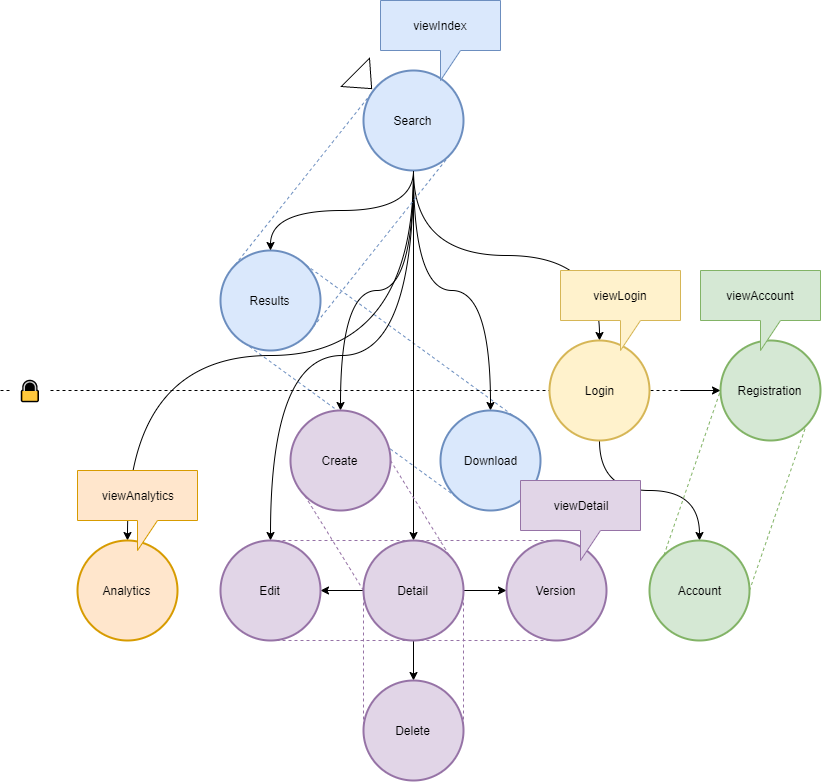
The draw.io diagram src/ui_flow.png in Skadisson/phoenix, before a commit. Source tidied: cells renumbered, new cells last; positions are measured from the earlier drawing's top-left corner, leaving out a move shared by most shapes.
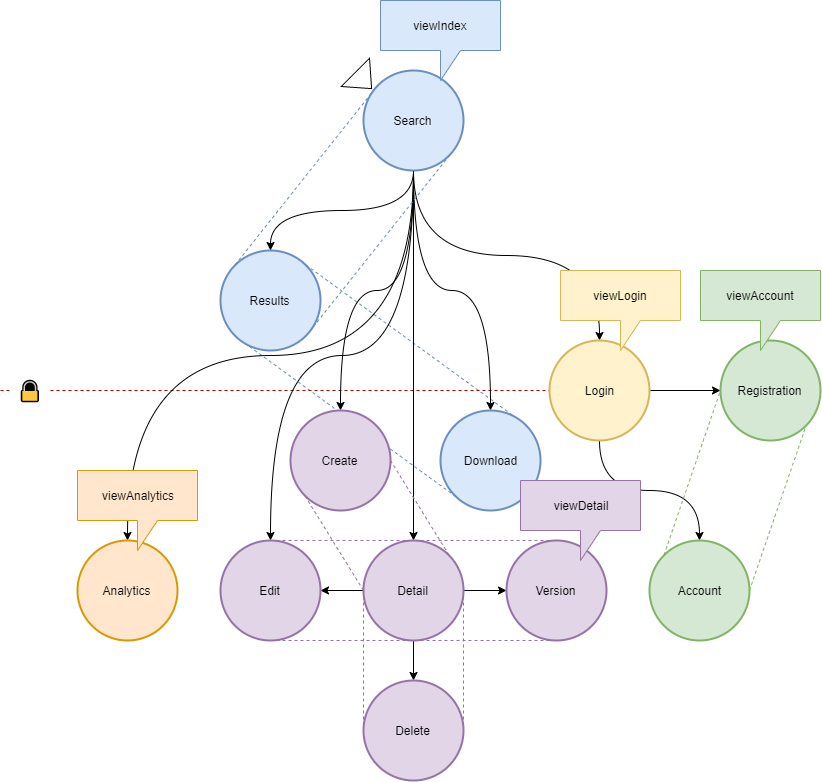
After the change.

What changed in the source:
```diff
@@ -8,7 +8,7 @@
     <mxCell id="3" style="endArrow=none;dashed=1;html=1;entryX=0.855;entryY=0.145;entryDx=0;entryDy=0;entryPerimeter=0;exitX=0.855;exitY=0.145;exitDx=0;exitDy=0;exitPerimeter=0;fillColor=#dae8fc;strokeColor=#6c8ebf;" parent="1" edge="1" source="27" target="16">
       <mxGeometry relative="1" as="geometry" />
     </mxCell>
-    <mxCell id="4" style="endArrow=none;dashed=1;html=1;" parent="1" edge="1" source="25" target="24">
+    <mxCell id="4" style="endArrow=none;dashed=1;html=1;fillColor=#e51400;strokeColor=#B20000;" parent="1" edge="1" source="25" target="24">
       <mxGeometry relative="1" as="geometry" />
     </mxCell>
     <mxCell id="5" style="endArrow=none;dashed=1;html=1;" parent="1" edge="1" source="24">
@@ -19,10 +19,8 @@
     <mxCell id="6" style="edgeStyle=orthogonalEdgeStyle;rounded=0;jettySize=auto;html=1;entryX=0.5;entryY=0;entryDx=0;entryDy=0;entryPerimeter=0;exitX=0.5;exitY=1;exitDx=0;exitDy=0;exitPerimeter=0;curved=1;" parent="1" edge="1" source="12" target="15">
       <mxGeometry relative="1" as="geometry" />
     </mxCell>
-    <mxCell id="7" style="edgeStyle=orthogonalEdgeStyle;curved=1;rounded=0;jettySize=auto;html=1;entryX=0;entryY=0.5;entryDx=0;entryDy=0;entryPerimeter=0;" parent="1" edge="1" target="24">
-      <mxGeometry relative="1" as="geometry">
-        <mxPoint x="680" y="390" as="sourcePoint" />
-      </mxGeometry>
+    <mxCell id="7" style="edgeStyle=orthogonalEdgeStyle;curved=1;rounded=0;jettySize=auto;html=1;entryX=0;entryY=0.5;entryDx=0;entryDy=0;entryPerimeter=0;exitX=1;exitY=0.5;exitDx=0;exitDy=0;exitPerimeter=0;" parent="1" edge="1" source="15" target="24">
+      <mxGeometry relative="1" as="geometry" />
     </mxCell>
     <mxCell id="8" style="edgeStyle=orthogonalEdgeStyle;curved=1;rounded=0;jettySize=auto;html=1;entryX=0.5;entryY=0;entryDx=0;entryDy=0;entryPerimeter=0;exitX=0.5;exitY=1;exitDx=0;exitDy=0;exitPerimeter=0;" parent="1" edge="1" source="12" target="16">
       <mxGeometry relative="1" as="geometry" />
@@ -78,7 +76,7 @@
     <mxCell id="25" value="🔒" style="text;html=1;strokeColor=none;fillColor=none;align=center;verticalAlign=middle;whiteSpace=wrap;rounded=0;fontSize=20;" parent="1" vertex="1">
       <mxGeometry x="10" y="375" width="40" height="30" as="geometry" />
     </mxCell>
-    <mxCell id="26" style="endArrow=none;dashed=1;html=1;" parent="1" edge="1" target="25">
+    <mxCell id="26" style="endArrow=none;dashed=1;html=1;fillColor=#e51400;strokeColor=#B20000;" parent="1" edge="1" target="25">
       <mxGeometry relative="1" as="geometry">
         <mxPoint y="390" as="sourcePoint" />
       </mxGeometry>
```
